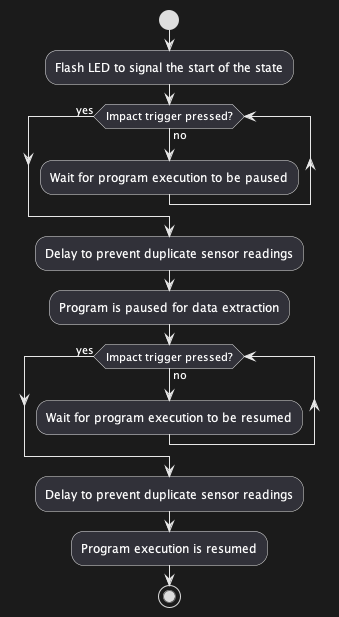
The PlantUML diagram uml/diagrams/data_extraction.png in AndrewH-14/team1-project, before a commit.
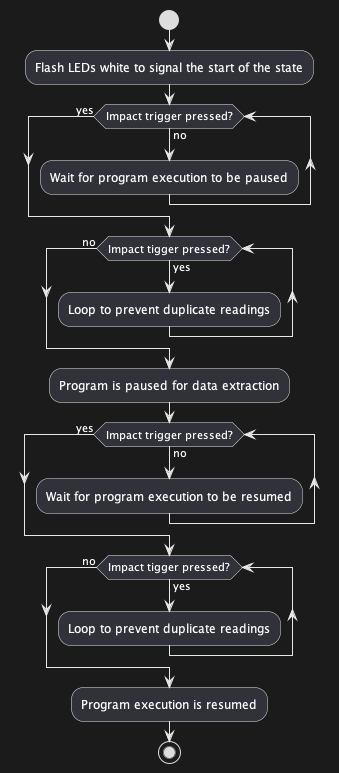
After the commit.

Diff of the diagram source:
```diff
@@ -1,15 +1,19 @@
 @startuml
 start
-:Flash LED to signal the start of the state;
+:Flash LEDs white to signal the start of the state;
 while (Impact trigger pressed?) is (no)
     :Wait for program execution to be paused;
 endwhile (yes)
-:Delay to prevent duplicate sensor readings;
+while (Impact tigger pressed?) is (yes)
+    :Loop to prevent duplicate readings;
+endwhile (no)
 :Program is paused for data extraction;
 while (Impact trigger pressed?) is (no)
     :Wait for program execution to be resumed;
 endwhile (yes)
-:Delay to prevent duplicate sensor readings;
+while (Impact tigger pressed?) is (yes)
+    :Loop to prevent duplicate readings;
+endwhile (no)
 :Program execution is resumed;
 stop
 @enduml
```
